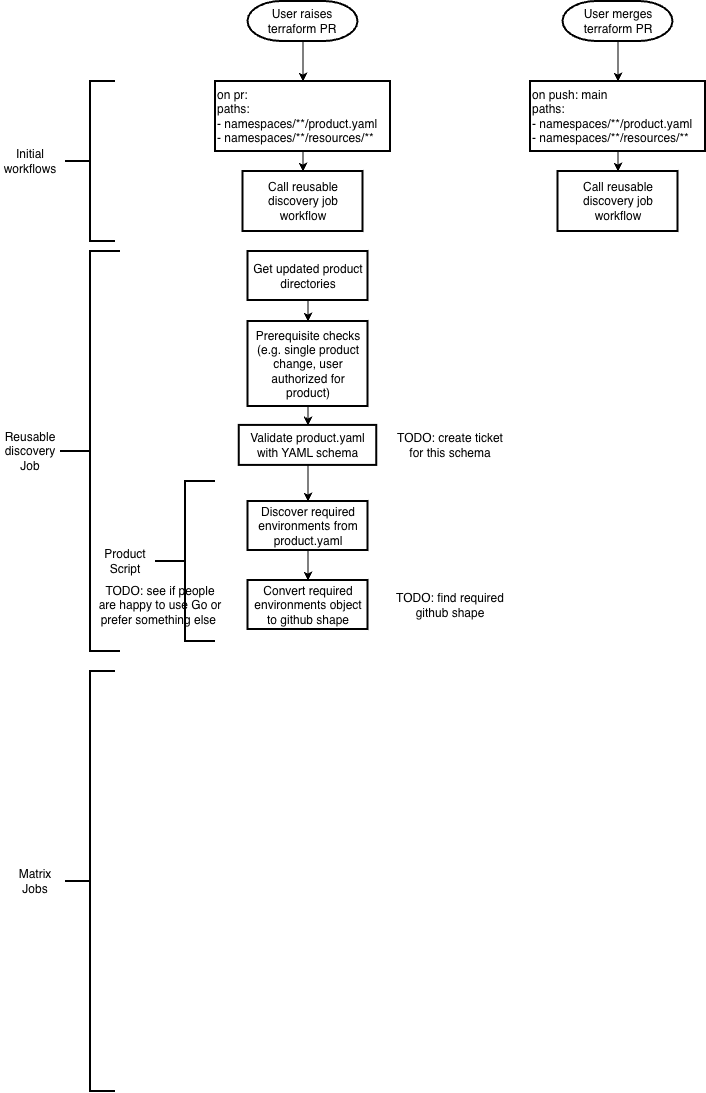
The draw.io diagram job-matrix.drawio.png in ministryofjustice/container-platform-environments, before a commit. Source tidied: cells renumbered, new cells last; positions are measured from the earlier drawing's top-left corner, leaving out a move shared by most shapes.
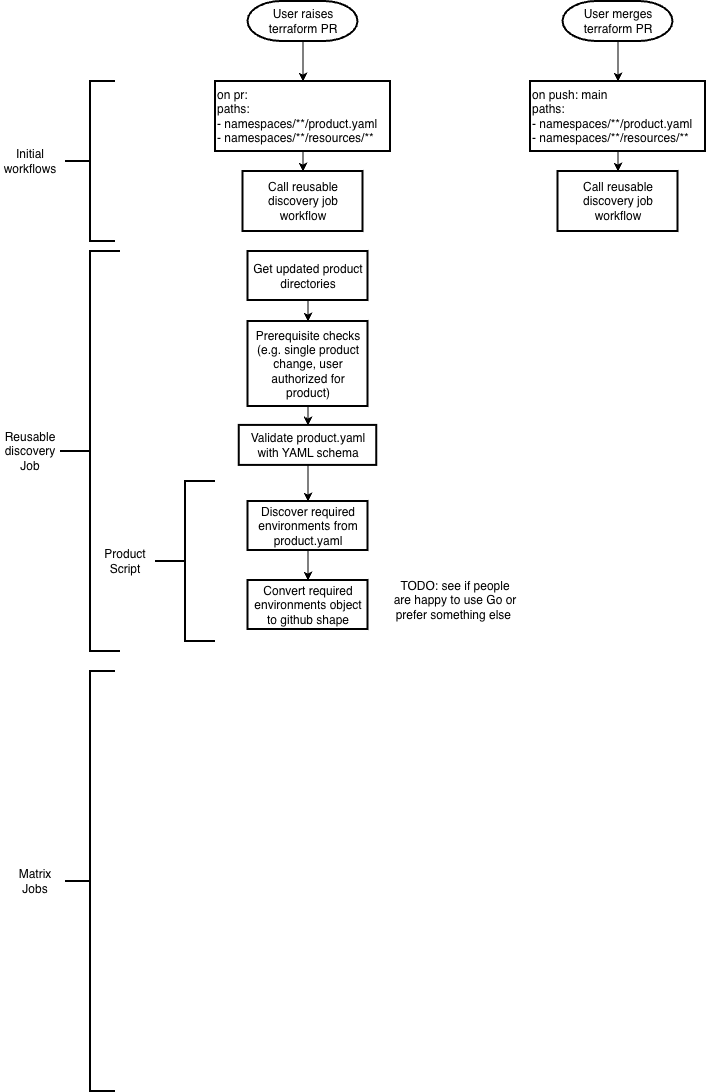
The same diagram one commit later.

What changed in the source:
```diff
@@ -83,9 +83,6 @@
     <mxCell id="28" value="Call reusable discovery job workflow" style="whiteSpace=wrap;html=1;align=center;strokeWidth=2;" parent="1" vertex="1">
       <mxGeometry x="557.5" y="170" width="120" height="60" as="geometry" />
     </mxCell>
-    <mxCell id="29" value="TODO: find required github shape" style="text;html=1;whiteSpace=wrap;strokeColor=none;fillColor=none;align=center;verticalAlign=middle;rounded=0;" parent="1" vertex="1">
-      <mxGeometry x="390" y="588.5" width="120" height="30" as="geometry" />
-    </mxCell>
     <mxCell id="30" style="edgeStyle=none;html=1;entryX=0.5;entryY=0;entryDx=0;entryDy=0;" parent="1" edge="1" source="31" target="11">
       <mxGeometry relative="1" as="geometry" />
     </mxCell>
@@ -93,10 +90,7 @@
       <mxGeometry x="247.5" y="320" width="120" height="85" as="geometry" />
     </mxCell>
     <mxCell id="32" value="TODO: see if people are happy to use Go or prefer something else&amp;nbsp;" style="text;html=1;whiteSpace=wrap;strokeColor=none;fillColor=none;align=center;verticalAlign=middle;rounded=0;" parent="1" vertex="1">
-      <mxGeometry x="95" y="579" width="130" height="49" as="geometry" />
+      <mxGeometry x="390" y="574" width="130" height="49" as="geometry" />
     </mxCell>
-    <mxCell id="33" value="TODO: create ticket for this schema" style="text;html=1;whiteSpace=wrap;strokeColor=none;fillColor=none;align=center;verticalAlign=middle;rounded=0;" parent="1" vertex="1">
-      <mxGeometry x="390" y="428.9" width="120" height="30" as="geometry" />
-    </mxCell>
   </root>
 </mxGraphModel>
```
